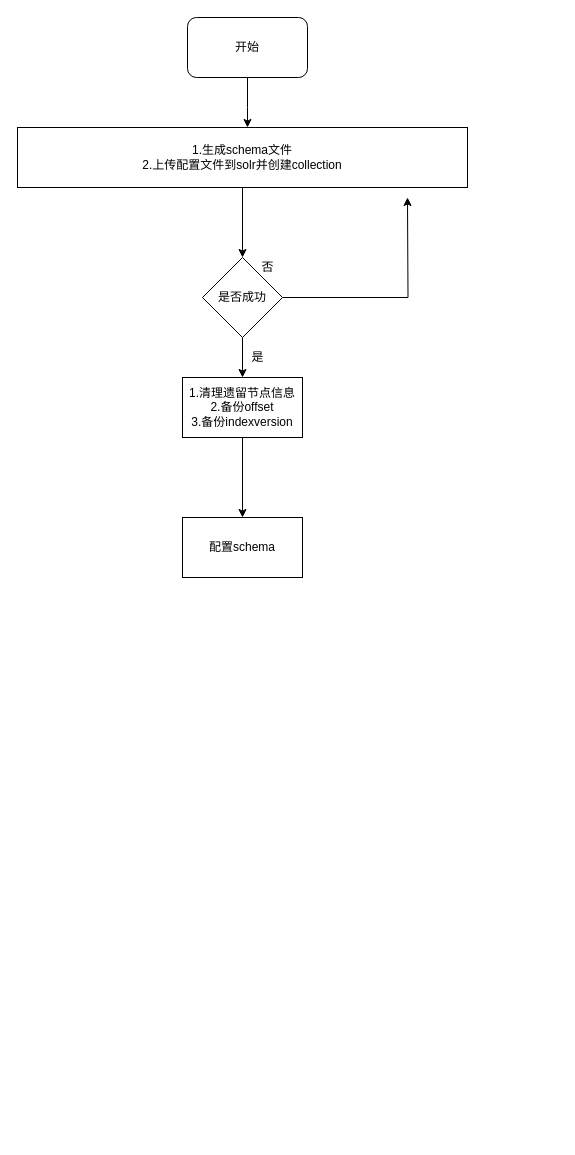
This is bos-web激活流程.drawio from yindongjun/drawio-3, a draw.io file, before an edit. Source tidied: cells renumbered, new cells numbered last; positions are measured from the earlier drawing's top-left corner, leaving out a move shared by most shapes. Both pictures are drawn from the tidied source at 100%, with x=0, y=0 at pixel (17, 17).
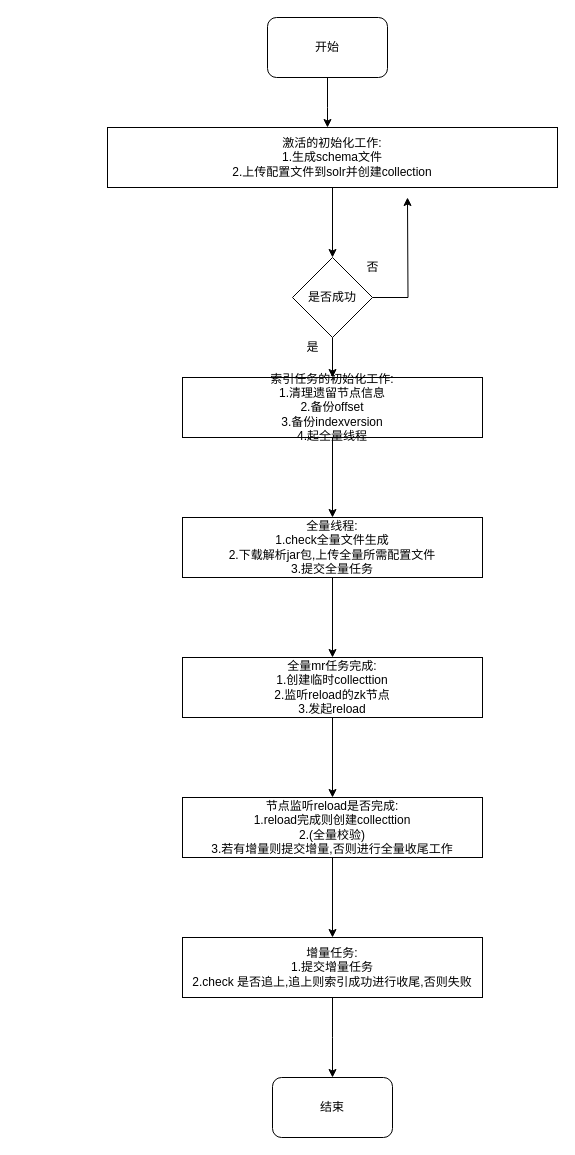
The same page after the edit.

Change to the diagram source:
```diff
@@
-    <mxCell id="2" style="edgeStyle=orthogonalEdgeStyle;rounded=0;jettySize=auto;html=1;" parent="1" edge="1" source="3" target="5">
+    <mxCell id="2" style="edgeStyle=orthogonalEdgeStyle;rounded=0;jettySize=auto;html=1;" parent="1" edge="1" source="3">
       <mxGeometry relative="1" as="geometry">
+        <mxPoint x="310" y="110" as="targetPoint" />
         <Array as="points">
-          <mxPoint x="230" y="90" />
-          <mxPoint x="230" y="90" />
+          <mxPoint x="310" y="90" />
+          <mxPoint x="310" y="90" />
         </Array>
       </mxGeometry>
     </mxCell>
     <mxCell id="3" value="开始" style="rounded=1;whiteSpace=wrap;html=1;" parent="1" vertex="1">
-      <mxGeometry x="170" width="120" height="60" as="geometry" />
+      <mxGeometry x="250" width="120" height="60" as="geometry" />
     </mxCell>
@@
-    <mxCell id="5" value="1.生成schema文件&lt;br&gt;2.上传配置文件到solr并创建collection" style="rounded=0;whiteSpace=wrap;html=1;" parent="1" vertex="1">
-      <mxGeometry y="110" width="450" height="60" as="geometry" />
+    <mxCell id="5" value="激活的初始化工作:&lt;br&gt;1.生成schema文件&lt;br&gt;2.上传配置文件到solr并创建collection" style="rounded=0;whiteSpace=wrap;html=1;" parent="1" vertex="1">
+      <mxGeometry x="90" y="110" width="450" height="60" as="geometry" />
     </mxCell>
@@
     <mxCell id="8" value="是否成功" style="rhombus;whiteSpace=wrap;html=1;rounded=0;" parent="1" vertex="1">
-      <mxGeometry x="185" y="240" width="80" height="80" as="geometry" />
+      <mxGeometry x="275" y="240" width="80" height="80" as="geometry" />
     </mxCell>
     <mxCell id="9" value="否" style="text;html=1;align=center;verticalAlign=middle;" parent="1" vertex="1">
-      <mxGeometry x="235" y="240" width="30" height="20" as="geometry" />
+      <mxGeometry x="340" y="240" width="30" height="20" as="geometry" />
     </mxCell>
@@
-    <mxCell id="11" value="1.清理遗留节点信息&lt;br&gt;2.备份offset&lt;br&gt;3.备份indexversion" style="whiteSpace=wrap;html=1;rounded=0;" parent="1" vertex="1">
-      <mxGeometry x="165" y="360" width="120" height="60" as="geometry" />
+    <mxCell id="11" value="索引任务的初始化工作:&lt;br&gt;1.清理遗留节点信息&lt;br&gt;2.备份offset&lt;br&gt;3.备份indexversion&lt;br&gt;4.起全量线程" style="whiteSpace=wrap;html=1;rounded=0;" parent="1" vertex="1">
+      <mxGeometry x="165" y="360" width="300" height="60" as="geometry" />
     </mxCell>
     <mxCell id="12" value="是" style="text;html=1;align=center;verticalAlign=middle;" parent="1" vertex="1">
-      <mxGeometry x="225" y="330" width="30" height="20" as="geometry" />
+      <mxGeometry x="280" y="320" width="30" height="20" as="geometry" />
     </mxCell>
+    <mxCell id="14" style="edgeStyle=orthogonalEdgeStyle;rounded=0;jettySize=auto;html=1;" parent="1" edge="1" source="13" target="16">
+      <mxGeometry relative="1" as="geometry" />
+    </mxCell>
-    <mxCell id="13" value="配置schema" style="whiteSpace=wrap;html=1;rounded=0;" parent="1" vertex="1">
-      <mxGeometry x="165" y="500" width="120" height="60" as="geometry" />
+    <mxCell id="13" value="全量线程:&lt;br&gt;1.check全量文件生成&lt;br&gt;2.下载解析jar包,上传全量所需配置文件&lt;br&gt;3.提交全量任务" style="whiteSpace=wrap;html=1;rounded=0;" parent="1" vertex="1">
+      <mxGeometry x="165" y="500" width="300" height="60" as="geometry" />
     </mxCell>
+    <mxCell id="15" style="edgeStyle=orthogonalEdgeStyle;rounded=0;jettySize=auto;html=1;" parent="1" edge="1" source="16" target="18">
+      <mxGeometry relative="1" as="geometry" />
+    </mxCell>
+    <mxCell id="16" value="全量mr任务完成:&lt;br&gt;1.创建临时collecttion&lt;br&gt;2.监听reload的zk节点&lt;br&gt;3.发起reload" style="whiteSpace=wrap;html=1;rounded=0;" parent="1" vertex="1">
+      <mxGeometry x="165" y="640" width="300" height="60" as="geometry" />
+    </mxCell>
+    <mxCell id="17" style="edgeStyle=orthogonalEdgeStyle;rounded=0;jettySize=auto;html=1;" parent="1" edge="1" source="18" target="20">
+      <mxGeometry relative="1" as="geometry" />
+    </mxCell>
+    <mxCell id="18" value="节点监听reload是否完成:&lt;br&gt;1.reload完成则创建collecttion&lt;br&gt;2.(全量校验)&lt;br&gt;3.若有增量则提交增量,否则进行全量收尾工作" style="whiteSpace=wrap;html=1;rounded=0;" parent="1" vertex="1">
+      <mxGeometry x="165" y="780" width="300" height="60" as="geometry" />
+    </mxCell>
+    <mxCell id="19" style="edgeStyle=orthogonalEdgeStyle;rounded=0;jettySize=auto;html=1;" parent="1" edge="1" source="20">
+      <mxGeometry relative="1" as="geometry">
+        <mxPoint x="315" y="1060" as="targetPoint" />
+      </mxGeometry>
+    </mxCell>
+    <mxCell id="20" value="增量任务:&lt;br&gt;1.提交增量任务&lt;br&gt;2.check 是否追上,追上则索引成功进行收尾,否则失败" style="whiteSpace=wrap;html=1;rounded=0;" parent="1" vertex="1">
+      <mxGeometry x="165" y="920" width="300" height="60" as="geometry" />
+    </mxCell>
+    <mxCell id="21" value="结束" style="rounded=1;whiteSpace=wrap;html=1;" parent="1" vertex="1">
+      <mxGeometry x="255" y="1060" width="120" height="60" as="geometry" />
+    </mxCell>
```
